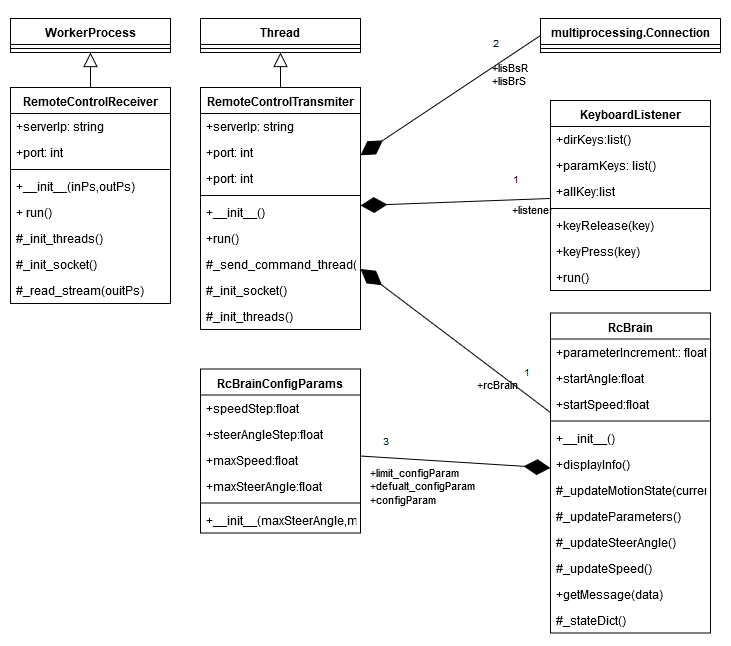
Above: docs/source/diagrams/pics/ClassDiaStartUp_RemoteControl.png in ECC-BFMC/Brain (draw.io), before the change. Source tidied: cells renumbered, new cells last; positions are measured from the earlier drawing's top-left corner, leaving out a move shared by most shapes.
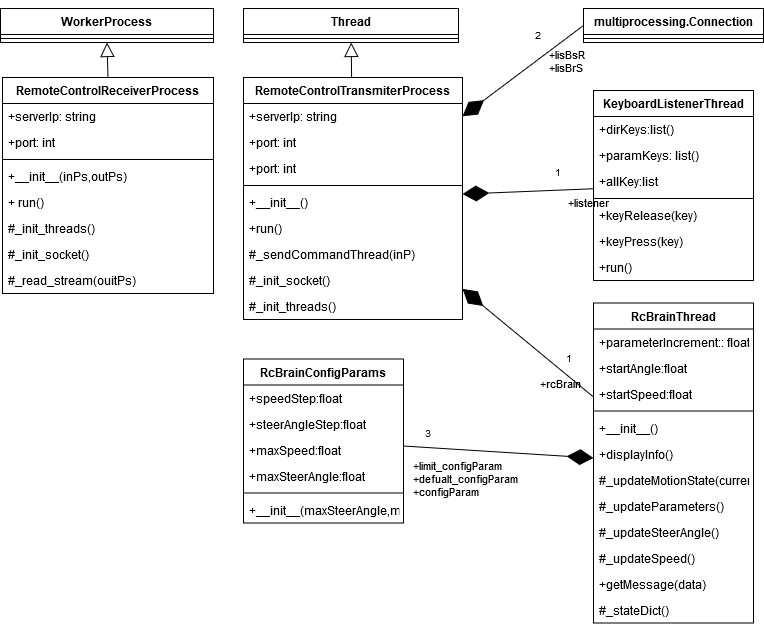
Above is the later version.

The edit, as a diff of the source:
```diff
@@ -2,64 +2,64 @@
   <root>
     <mxCell id="0" />
     <mxCell id="1" parent="0" />
-    <mxCell id="2" value="RemoteControlReceiver" style="swimlane;fontStyle=1;align=center;verticalAlign=top;horizontal=1;startSize=26;labelBackgroundColor=none;" parent="1" vertex="1">
-      <mxGeometry y="69" width="160" height="216" as="geometry" />
+    <mxCell id="2" value="RemoteControlReceiverProcess" style="swimlane;fontStyle=1;align=center;verticalAlign=top;horizontal=1;startSize=26;labelBackgroundColor=none;" parent="1" vertex="1">
+      <mxGeometry x="-51" y="69" width="211" height="216" as="geometry" />
     </mxCell>
     <mxCell id="3" value="+serverIp: string" style="text;strokeColor=none;fillColor=none;align=left;verticalAlign=top;spacingLeft=4;spacingRight=4;overflow=hidden;" parent="2" vertex="1">
-      <mxGeometry y="26" width="160" height="26" as="geometry" />
+      <mxGeometry y="26" width="211" height="26" as="geometry" />
     </mxCell>
     <mxCell id="4" value="+port: int" style="text;strokeColor=none;fillColor=none;align=left;verticalAlign=top;spacingLeft=4;spacingRight=4;overflow=hidden;labelBackgroundColor=none;" parent="2" vertex="1">
-      <mxGeometry y="52" width="160" height="26" as="geometry" />
+      <mxGeometry y="52" width="211" height="26" as="geometry" />
     </mxCell>
     <mxCell id="5" style="line;strokeWidth=1;fillColor=none;align=left;verticalAlign=middle;spacingTop=-1;spacingLeft=3;spacingRight=3;labelPosition=right;" parent="2" vertex="1">
-      <mxGeometry y="78" width="160" height="8" as="geometry" />
+      <mxGeometry y="78" width="211" height="8" as="geometry" />
     </mxCell>
     <mxCell id="6" value="+__init__(inPs,outPs)" style="text;strokeColor=none;fillColor=none;align=left;verticalAlign=top;spacingLeft=4;spacingRight=4;overflow=hidden;labelBackgroundColor=none;" parent="2" vertex="1">
-      <mxGeometry y="86" width="160" height="26" as="geometry" />
+      <mxGeometry y="86" width="211" height="26" as="geometry" />
     </mxCell>
     <mxCell id="7" value="+ run()" style="text;strokeColor=none;fillColor=none;align=left;verticalAlign=top;spacingLeft=4;spacingRight=4;overflow=hidden;" parent="2" vertex="1">
-      <mxGeometry y="112" width="160" height="26" as="geometry" />
+      <mxGeometry y="112" width="211" height="26" as="geometry" />
     </mxCell>
     <mxCell id="8" value="#_init_threads()" style="text;strokeColor=none;fillColor=none;align=left;verticalAlign=top;spacingLeft=4;spacingRight=4;overflow=hidden;labelBackgroundColor=none;" parent="2" vertex="1">
-      <mxGeometry y="138" width="160" height="26" as="geometry" />
+      <mxGeometry y="138" width="211" height="26" as="geometry" />
     </mxCell>
     <mxCell id="9" value="#_init_socket()" style="text;strokeColor=none;fillColor=none;align=left;verticalAlign=top;spacingLeft=4;spacingRight=4;overflow=hidden;labelBackgroundColor=none;" parent="2" vertex="1">
-      <mxGeometry y="164" width="160" height="26" as="geometry" />
+      <mxGeometry y="164" width="211" height="26" as="geometry" />
     </mxCell>
     <mxCell id="10" value="#_read_stream(ouitPs)" style="text;strokeColor=none;fillColor=none;align=left;verticalAlign=top;spacingLeft=4;spacingRight=4;overflow=hidden;labelBackgroundColor=none;" parent="2" vertex="1">
-      <mxGeometry y="190" width="160" height="26" as="geometry" />
+      <mxGeometry y="190" width="211" height="26" as="geometry" />
     </mxCell>
-    <mxCell id="11" value="RemoteControlTransmiter" style="swimlane;fontStyle=1;align=center;verticalAlign=top;horizontal=1;startSize=26;labelBackgroundColor=none;" parent="1" vertex="1">
-      <mxGeometry x="190" y="69" width="160" height="242" as="geometry" />
+    <mxCell id="11" value="RemoteControlTransmiterProcess" style="swimlane;fontStyle=1;align=center;verticalAlign=top;horizontal=1;startSize=26;labelBackgroundColor=none;" parent="1" vertex="1">
+      <mxGeometry x="190" y="69" width="219" height="242" as="geometry" />
     </mxCell>
     <mxCell id="12" value="+serverIp: string" style="text;strokeColor=none;fillColor=none;align=left;verticalAlign=top;spacingLeft=4;spacingRight=4;overflow=hidden;labelBackgroundColor=none;" parent="11" vertex="1">
-      <mxGeometry y="26" width="160" height="26" as="geometry" />
+      <mxGeometry y="26" width="219" height="26" as="geometry" />
     </mxCell>
     <mxCell id="13" value="+port: int" style="text;strokeColor=none;fillColor=none;align=left;verticalAlign=top;spacingLeft=4;spacingRight=4;overflow=hidden;labelBackgroundColor=none;" parent="11" vertex="1">
-      <mxGeometry y="52" width="160" height="26" as="geometry" />
+      <mxGeometry y="52" width="219" height="26" as="geometry" />
     </mxCell>
     <mxCell id="14" value="+port: int" style="text;strokeColor=none;fillColor=none;align=left;verticalAlign=top;spacingLeft=4;spacingRight=4;overflow=hidden;labelBackgroundColor=none;" parent="11" vertex="1">
-      <mxGeometry y="78" width="160" height="26" as="geometry" />
+      <mxGeometry y="78" width="219" height="26" as="geometry" />
     </mxCell>
     <mxCell id="15" style="line;strokeWidth=1;fillColor=none;align=left;verticalAlign=middle;spacingTop=-1;spacingLeft=3;spacingRight=3;labelPosition=right;" parent="11" vertex="1">
-      <mxGeometry y="104" width="160" height="8" as="geometry" />
+      <mxGeometry y="104" width="219" height="8" as="geometry" />
     </mxCell>
     <mxCell id="16" value="+__init__()" style="text;strokeColor=none;fillColor=none;align=left;verticalAlign=top;spacingLeft=4;spacingRight=4;overflow=hidden;labelBackgroundColor=none;" parent="11" vertex="1">
-      <mxGeometry y="112" width="160" height="26" as="geometry" />
+      <mxGeometry y="112" width="219" height="26" as="geometry" />
     </mxCell>
     <mxCell id="17" value="+run()" style="text;strokeColor=none;fillColor=none;align=left;verticalAlign=top;spacingLeft=4;spacingRight=4;overflow=hidden;" parent="11" vertex="1">
-      <mxGeometry y="138" width="160" height="26" as="geometry" />
+      <mxGeometry y="138" width="219" height="26" as="geometry" />
     </mxCell>
-    <mxCell id="18" value="#_send_command_thread(inP)" style="text;strokeColor=none;fillColor=none;align=left;verticalAlign=top;spacingLeft=4;spacingRight=4;overflow=hidden;labelBackgroundColor=none;" parent="11" vertex="1">
-      <mxGeometry y="164" width="160" height="26" as="geometry" />
+    <mxCell id="18" value="#_sendCommandThread(inP)" style="text;strokeColor=none;fillColor=none;align=left;verticalAlign=top;spacingLeft=4;spacingRight=4;overflow=hidden;labelBackgroundColor=none;" parent="11" vertex="1">
+      <mxGeometry y="164" width="219" height="26" as="geometry" />
     </mxCell>
     <mxCell id="19" value="#_init_socket()" style="text;strokeColor=none;fillColor=none;align=left;verticalAlign=top;spacingLeft=4;spacingRight=4;overflow=hidden;labelBackgroundColor=none;" parent="11" vertex="1">
-      <mxGeometry y="190" width="160" height="26" as="geometry" />
+      <mxGeometry y="190" width="219" height="26" as="geometry" />
     </mxCell>
     <mxCell id="20" value="#_init_threads()" style="text;strokeColor=none;fillColor=none;align=left;verticalAlign=top;spacingLeft=4;spacingRight=4;overflow=hidden;labelBackgroundColor=none;" parent="11" vertex="1">
-      <mxGeometry y="216" width="160" height="26" as="geometry" />
+      <mxGeometry y="216" width="219" height="26" as="geometry" />
     </mxCell>
-    <mxCell id="21" value="KeyboardListener" style="swimlane;fontStyle=1;align=center;verticalAlign=top;horizontal=1;startSize=26;labelBackgroundColor=none;" parent="1" vertex="1">
+    <mxCell id="21" value="KeyboardListenerThread" style="swimlane;fontStyle=1;align=center;verticalAlign=top;horizontal=1;startSize=26;labelBackgroundColor=none;" parent="1" vertex="1">
       <mxGeometry x="540" y="82" width="160" height="190" as="geometry" />
     </mxCell>
     <mxCell id="22" value="+dirKeys:list()" style="text;strokeColor=none;fillColor=none;align=left;verticalAlign=top;spacingLeft=4;spacingRight=4;overflow=hidden;" parent="21" vertex="1">
@@ -83,7 +83,7 @@
     <mxCell id="28" value="+run()" style="text;strokeColor=none;fillColor=none;align=left;verticalAlign=top;spacingLeft=4;spacingRight=4;overflow=hidden;" parent="21" vertex="1">
       <mxGeometry y="164" width="160" height="26" as="geometry" />
     </mxCell>
-    <mxCell id="29" value="RcBrain" style="swimlane;fontStyle=1;align=center;verticalAlign=top;horizontal=1;startSize=26;labelBackgroundColor=none;" parent="1" vertex="1">
+    <mxCell id="29" value="RcBrainThread" style="swimlane;fontStyle=1;align=center;verticalAlign=top;horizontal=1;startSize=26;labelBackgroundColor=none;" parent="1" vertex="1">
       <mxGeometry x="540" y="294.5" width="160" height="320" as="geometry" />
     </mxCell>
     <mxCell id="30" value="+parameterIncrement:: float" style="text;strokeColor=none;fillColor=none;align=left;verticalAlign=top;spacingLeft=4;spacingRight=4;overflow=hidden;labelBackgroundColor=none;" parent="29" vertex="1">
@@ -144,10 +144,10 @@
       <mxGeometry y="138" width="160" height="26" as="geometry" />
     </mxCell>
     <mxCell id="49" value="WorkerProcess" style="swimlane;fontStyle=1;align=center;verticalAlign=top;horizontal=1;startSize=26;" parent="1" vertex="1">
-      <mxGeometry width="160" height="34" as="geometry" />
+      <mxGeometry x="-53" width="213" height="34" as="geometry" />
     </mxCell>
     <mxCell id="50" style="line;strokeWidth=1;fillColor=none;align=left;verticalAlign=middle;spacingTop=-1;spacingLeft=3;spacingRight=3;labelPosition=right;" parent="49" vertex="1">
-      <mxGeometry y="26" width="160" height="8" as="geometry" />
+      <mxGeometry y="26" width="213" height="8" as="geometry" />
     </mxCell>
     <mxCell id="51" style="endArrow=block;endFill=0;endSize=12;html=1;labelBackgroundColor=none;exitX=0.5;exitY=0;exitDx=0;exitDy=0;entryX=0.5;entryY=1;entryDx=0;entryDy=0;" parent="1" edge="1" source="2" target="49">
       <mxGeometry relative="1" as="geometry" />
@@ -191,10 +191,10 @@
       </mxGeometry>
     </mxCell>
     <mxCell id="62" value="Thread" style="swimlane;fontStyle=1;align=center;verticalAlign=top;horizontal=1;startSize=26;" parent="1" vertex="1">
-      <mxGeometry x="190" width="160" height="34" as="geometry" />
+      <mxGeometry x="190" width="215" height="34" as="geometry" />
     </mxCell>
     <mxCell id="63" style="line;strokeWidth=1;fillColor=none;align=left;verticalAlign=middle;spacingTop=-1;spacingLeft=3;spacingRight=3;labelPosition=right;" parent="62" vertex="1">
-      <mxGeometry y="26" width="160" height="8" as="geometry" />
+      <mxGeometry y="26" width="215" height="8" as="geometry" />
     </mxCell>
     <mxCell id="64" style="endArrow=block;endFill=0;endSize=12;html=1;labelBackgroundColor=none;" parent="1" edge="1" source="11" target="62">
       <mxGeometry relative="1" as="geometry" />
```
